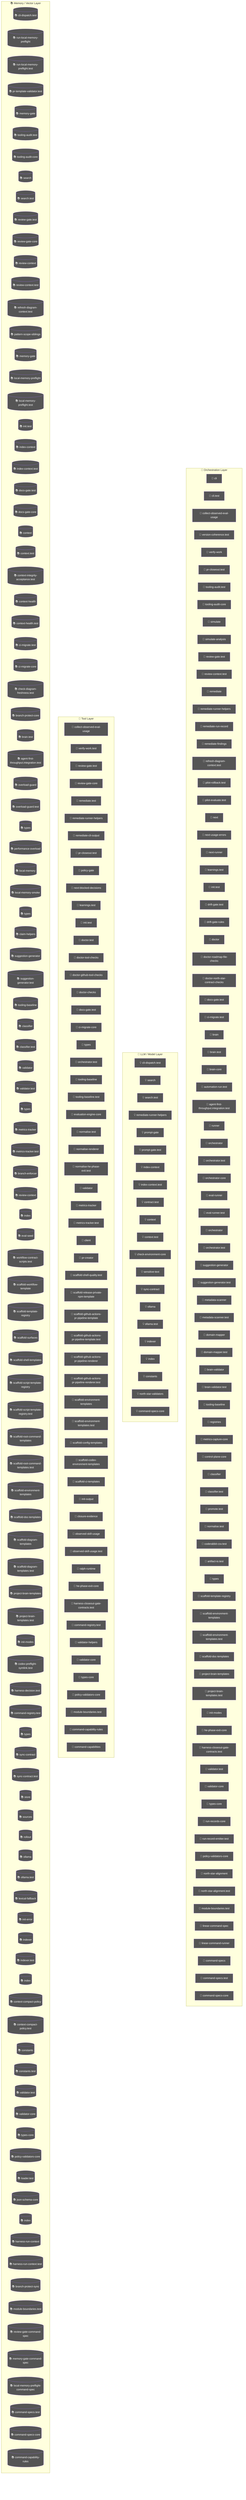
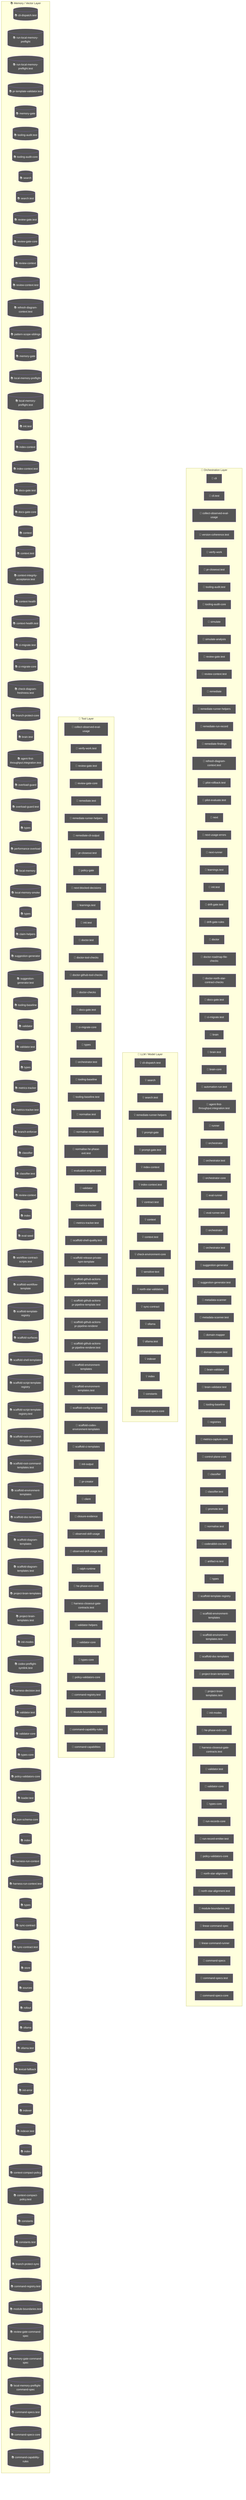
flowchart TD
  subgraph Orchestration["🎯 Orchestration Layer"]
    cli_99bb8840["🤖 cli"]
    cli_test_4851f28b["🤖 cli.test"]
    node_agent_mmd_orchestration_layer_orchestration_coll_37781291["🤖 collect-observed-eval-usage"]
    version_coherence_test_b81c6d8e["🤖 version-coherence.test"]
    verify_work_df70ecac["🤖 verify-work"]
    pr_closeout_test_12a1ffdd["🤖 pr-closeout.test"]
    node_agent_mmd_orchestration_layer_orchestration_tool_5f9f8adf["🤖 tooling-audit.test"]
    node_agent_mmd_orchestration_layer_orchestration_tool_acfe0c01["🤖 tooling-audit-core"]
    simulate_b9efe395["🤖 simulate"]
    simulate_analysis_164a460c["🤖 simulate-analysis"]
    node_agent_mmd_orchestration_layer_orchestration_revi_ae9f100c["🤖 review-gate.test"]
    node_agent_mmd_orchestration_layer_orchestration_revi_84f25e5b["🤖 review-context.test"]
    remediate_06b9c7fc["🤖 remediate"]
    node_agent_mmd_orchestration_layer_orchestration_reme_359fe98f["🤖 remediate-runner-helpers"]
    remediate_run_record_9dfe5dc1["🤖 remediate-run-record"]
    remediate_findings_8b09c8c6["🤖 remediate-findings"]
    node_agent_mmd_orchestration_layer_orchestration_refr_10a87984["🤖 refresh-diagram-context.test"]
    pilot_rollback_test_e61d5a2b["🤖 pilot-rollback.test"]
    pilot_evaluate_test_a2ac06fc["🤖 pilot-evaluate.test"]
    next_c6c1c9a9["🤖 next"]
    next_usage_errors_837a345a["🤖 next-usage-errors"]
    next_runner_41643472["🤖 next-runner"]
    node_agent_mmd_orchestration_layer_orchestration_lear_5a2a5b08["🤖 learnings.test"]
    node_agent_mmd_orchestration_layer_orchestration_init_daf6ae1b["🤖 init.test"]
    drift_gate_test_816765e3["🤖 drift-gate.test"]
    drift_gate_rules_9685e72d["🤖 drift-gate-rules"]
    doctor_72f4be89["🤖 doctor"]
    doctor_roadmap_file_checks_14447b8e["🤖 doctor-roadmap-file-checks"]
    doctor_north_star_contract_checks_0048124c["🤖 doctor-north-star-contract-checks"]
    node_agent_mmd_orchestration_layer_orchestration_docs_22c7ae60["🤖 docs-gate.test"]
    node_agent_mmd_orchestration_layer_orchestration_ci_m_a6704d8b["🤖 ci-migrate.test"]
    brain_bbbf7a64["🤖 brain"]
    node_agent_mmd_orchestration_layer_orchestration_brai_9c019b6e["🤖 brain.test"]
    brain_core_aa07c380["🤖 brain-core"]
    automation_run_test_7b21d905["🤖 automation-run.test"]
    node_agent_mmd_orchestration_layer_orchestration_agen_eb715f44["🤖 agent-first-throughput.integration.test"]
    runner_527aa9f4["🤖 runner"]
    orchestrator_11376b7e["🤖 orchestrator"]
    orchestrator_test_18d2fe26["🤖 orchestrator.test"]
    orchestrator_core_d0678b53["🤖 orchestrator-core"]
    eval_runner_0966a6b3["🤖 eval-runner"]
    eval_runner_test_962c8c18["🤖 eval-runner.test"]
    orchestrator_1_6b7137c5["🤖 orchestrator"]
    node_agent_mmd_orchestration_layer_orchestration_orch_af4e7416["🤖 orchestrator.test"]
    node_agent_mmd_orchestration_layer_orchestration_sugg_85c5ebe3["🤖 suggestion-generator"]
    node_agent_mmd_orchestration_layer_orchestration_sugg_d0ad9d8e["🤖 suggestion-generator.test"]
    metadata_scanner_6a101b66["🤖 metadata-scanner"]
    metadata_scanner_test_faee743d["🤖 metadata-scanner.test"]
    domain_mapper_cd9333d2["🤖 domain-mapper"]
    domain_mapper_test_dc5a9896["🤖 domain-mapper.test"]
    brain_validator_be251832["🤖 brain-validator"]
    brain_validator_test_5e40cb72["🤖 brain-validator.test"]
    node_agent_mmd_orchestration_layer_orchestration_tool_cc43149f["🤖 tooling-baseline"]
    registries_06402afa["🤖 registries"]
    metrics_capture_core_db4bf7cf["🤖 metrics-capture-core"]
    control_plane_core_db3b4cb2["🤖 control-plane-core"]
    node_agent_mmd_orchestration_layer_orchestration_clas_899b821a["🤖 classifier"]
    node_agent_mmd_orchestration_layer_orchestration_clas_402e0b3f["🤖 classifier.test"]
    promote_test_5c615269["🤖 promote.test"]
    normalise_test_1_6643dd83["🤖 normalise.test"]
    coderabbit_csv_test_1f36d0a4["🤖 coderabbit-csv.test"]
    artifact_io_test_aac02da3["🤖 artifact-io.test"]
-     types_16_0fae1112["🤖 types"]
+     types_15_86775c96["🤖 types"]
    node_agent_mmd_orchestration_layer_orchestration_scaf_ff8f92f6["🤖 scaffold-template-registry"]
    node_agent_mmd_orchestration_layer_orchestration_scaf_c9a90c2f["🤖 scaffold-environment-templates"]
    node_agent_mmd_orchestration_layer_orchestration_scaf_78d57a93["🤖 scaffold-environment-templates.test"]
    node_agent_mmd_orchestration_layer_orchestration_scaf_12cc07db["🤖 scaffold-doc-templates"]
    node_agent_mmd_orchestration_layer_orchestration_proj_6ab6f60f["🤖 project-brain-templates"]
    node_agent_mmd_orchestration_layer_orchestration_proj_d78b2f4f["🤖 project-brain-templates.test"]
    node_agent_mmd_orchestration_layer_orchestration_init_2a9c3ecb["🤖 init-modes"]
    node_agent_mmd_orchestration_layer_orchestration_he_p_fc778c24["🤖 he-phase-exit-core"]
    node_agent_mmd_orchestration_layer_orchestration_harn_7761fad1["🤖 harness-closeout-gate-contracts.test"]
    node_agent_mmd_orchestration_layer_orchestration_vali_a3b17e45["🤖 validator.test"]
    node_agent_mmd_orchestration_layer_orchestration_vali_d9fe99e6["🤖 validator-core"]
    node_agent_mmd_orchestration_layer_orchestration_type_7cf81261["🤖 types-core"]
    run_records_core_89286dfa["🤖 run-records-core"]
    run_record_emitter_test_5475c0da["🤖 run-record-emitter.test"]
    node_agent_mmd_orchestration_layer_orchestration_poli_3270b55d["🤖 policy-validators-core"]
    north_star_alignment_00440188["🤖 north-star-alignment"]
    north_star_alignment_test_3ae1d69b["🤖 north-star-alignment.test"]
    node_agent_mmd_orchestration_layer_orchestration_modu_72373e29["🤖 module-boundaries.test"]
    linear_command_spec_1e12dd44["🤖 linear-command-spec"]
    linear_command_runner_4a740dfc["🤖 linear-command-runner"]
    command_specs_69167c63["🤖 command-specs"]
    node_agent_mmd_orchestration_layer_orchestration_comm_a137ef0a["🤖 command-specs.test"]
    node_agent_mmd_orchestration_layer_orchestration_comm_1f8cc24c["🤖 command-specs-core"]
  end
  subgraph LLMLayer["🧠 LLM / Model Layer"]
    node_agent_mmd_llm_model_layer_llmlayer_cli_dispatch__7ecbc6e7["💡 cli-dispatch.test"]
    node_agent_mmd_llm_model_layer_llmlayer_search_search_66b9a911["💡 search"]
    node_agent_mmd_llm_model_layer_llmlayer_search_test_s_72d50705["💡 search.test"]
    node_agent_mmd_llm_model_layer_llmlayer_remediate_run_9e3d4585["💡 remediate-runner-helpers"]
    prompt_gate_c5e9d207["💡 prompt-gate"]
    prompt_gate_test_1a442b27["💡 prompt-gate.test"]
    node_agent_mmd_llm_model_layer_llmlayer_index_context_1041bd11["💡 index-context"]
    node_agent_mmd_llm_model_layer_llmlayer_index_context_7e927b45["💡 index-context.test"]
    contract_test_2262847f["💡 contract.test"]
    node_agent_mmd_llm_model_layer_llmlayer_context_conte_ad2dfbd9["💡 context"]
    node_agent_mmd_llm_model_layer_llmlayer_context_test__32277db3["💡 context.test"]
    check_environment_core_2c16213f["💡 check-environment-core"]
    sensitive_text_7c11f760["💡 sensitive-text"]
+     north_star_validators_cfc926ce["💡 north-star-validators"]
    node_agent_mmd_llm_model_layer_llmlayer_sync_contract_9f3cc8c1["💡 sync-contract"]
    node_agent_mmd_llm_model_layer_llmlayer_ollama_ollama_968b23fa["💡 ollama"]
    node_agent_mmd_llm_model_layer_llmlayer_ollama_test_o_d62a0b5a["💡 ollama.test"]
    node_agent_mmd_llm_model_layer_llmlayer_indexer_index_4f4deef5["💡 indexer"]
    node_agent_mmd_llm_model_layer_llmlayer_index_index_1_02e160ff["💡 index"]
    node_agent_mmd_llm_model_layer_llmlayer_constants_con_c9bd3f6c["💡 constants"]
-     north_star_validators_cfc926ce["💡 north-star-validators"]
    node_agent_mmd_llm_model_layer_llmlayer_command_specs_782af9fa["💡 command-specs-core"]
  end
  subgraph ToolLayer["🔧 Tool Layer"]
    node_agent_mmd_tool_layer_toollayer_collect_observed__f30f627d["🔧 collect-observed-eval-usage"]
    verify_work_test_0e12f6c5["🔧 verify-work.test"]
    node_agent_mmd_tool_layer_toollayer_review_gate_test__548e6c28["🔧 review-gate.test"]
    node_agent_mmd_tool_layer_toollayer_review_gate_core__7704598b["🔧 review-gate-core"]
    remediate_test_6f59cafe["🔧 remediate.test"]
    node_agent_mmd_tool_layer_toollayer_remediate_runner__c003b871["🔧 remediate-runner-helpers"]
    remediate_cli_output_cc165396["🔧 remediate-cli-output"]
    pr_closeout_test_1_be1a0df1["🔧 pr-closeout.test"]
    policy_gate_213f7313["🔧 policy-gate"]
    next_blocked_decisions_4140ad2b["🔧 next-blocked-decisions"]
    node_agent_mmd_tool_layer_toollayer_learnings_test_le_d61f175f["🔧 learnings.test"]
    node_agent_mmd_tool_layer_toollayer_init_test_init_te_ae014ee3["🔧 init.test"]
    doctor_test_e032e8b5["🔧 doctor.test"]
    doctor_tool_checks_4acac51a["🔧 doctor-tool-checks"]
    doctor_github_tool_checks_a53b0382["🔧 doctor-github-tool-checks"]
    doctor_checks_5a2eb2b9["🔧 doctor-checks"]
    node_agent_mmd_tool_layer_toollayer_docs_gate_test_do_ca0c4c21["🔧 docs-gate.test"]
    node_agent_mmd_tool_layer_toollayer_ci_migrate_core_c_049f8460["🔧 ci-migrate-core"]
    types_2_d9bc6e7a["🔧 types"]
    node_agent_mmd_tool_layer_toollayer_orchestrator_test_b563c528["🔧 orchestrator.test"]
    node_agent_mmd_tool_layer_toollayer_tooling_baseline__61e66e9f["🔧 tooling-baseline"]
    tooling_baseline_test_d272ddb6["🔧 tooling-baseline.test"]
-     evaluation_engine_core_e054fe49["🔧 evaluation-engine-core"]
    normalise_test_73e8a615["🔧 normalise.test"]
    normalise_renderer_85f2e563["🔧 normalise-renderer"]
    normalise_he_phase_exit_test_1788efc4["🔧 normalise-he-phase-exit.test"]
+     evaluation_engine_core_e054fe49["🔧 evaluation-engine-core"]
    node_agent_mmd_tool_layer_toollayer_validator_validat_96a84a52["🔧 validator"]
    node_agent_mmd_tool_layer_toollayer_metrics_tracker_m_4c9237d8["🔧 metrics-tracker"]
    node_agent_mmd_tool_layer_toollayer_metrics_tracker_t_8947b778["🔧 metrics-tracker.test"]
-     client_1_914e1681["🔧 client"]
-     pr_creator_dc6b1ea4["🔧 pr-creator"]
    scaffold_shell_quality_test_79567d03["🔧 scaffold-shell-quality.test"]
    scaffold_release_private_npm_template_075499f8["🔧 scaffold-release-private-npm-template"]
    scaffold_github_actions_pr_pipeline_template_e2b85f62["🔧 scaffold-github-actions-pr-pipeline-template"]
    scaffold_github_actions_pr_pipeline_template_test_be464a7b["🔧 scaffold-github-actions-pr-pipeline-template.test"]
    scaffold_github_actions_pr_pipeline_renderer_1ee18de5["🔧 scaffold-github-actions-pr-pipeline-renderer"]
    scaffold_github_actions_pr_pipeline_renderer_test_2cc38272["🔧 scaffold-github-actions-pr-pipeline-renderer.test"]
    node_agent_mmd_tool_layer_toollayer_scaffold_environm_c1afc013["🔧 scaffold-environment-templates"]
    node_agent_mmd_tool_layer_toollayer_scaffold_environm_1a8f8168["🔧 scaffold-environment-templates.test"]
    scaffold_config_templates_4b80ce53["🔧 scaffold-config-templates"]
    scaffold_codex_environment_templates_334fbbed["🔧 scaffold-codex-environment-templates"]
    scaffold_ci_templates_2afd6392["🔧 scaffold-ci-templates"]
    init_output_360dce91["🔧 init-output"]
+     pr_creator_dc6b1ea4["🔧 pr-creator"]
+     client_1_914e1681["🔧 client"]
    closure_evidence_aaa31467["🔧 closure-evidence"]
    observed_skill_usage_ed7d5930["🔧 observed-skill-usage"]
    observed_skill_usage_test_311c215a["🔧 observed-skill-usage.test"]
    ralph_runtime_73d63c0e["🔧 ralph-runtime"]
    node_agent_mmd_tool_layer_toollayer_he_phase_exit_cor_af016160["🔧 he-phase-exit-core"]
    node_agent_mmd_tool_layer_toollayer_harness_closeout__df9d1dab["🔧 harness-closeout-gate-contracts.test"]
-     node_agent_mmd_tool_layer_toollayer_command_registry__cce57abe["🔧 command-registry.test"]
    validator_helpers_7b927667["🔧 validator-helpers"]
    node_agent_mmd_tool_layer_toollayer_validator_core_va_6ef6131f["🔧 validator-core"]
    node_agent_mmd_tool_layer_toollayer_types_core_types__6c8319b6["🔧 types-core"]
    node_agent_mmd_tool_layer_toollayer_policy_validators_af136abf["🔧 policy-validators-core"]
+     node_agent_mmd_tool_layer_toollayer_command_registry__cce57abe["🔧 command-registry.test"]
    node_agent_mmd_tool_layer_toollayer_module_boundaries_fecf90b5["🔧 module-boundaries.test"]
    node_agent_mmd_tool_layer_toollayer_command_capabilit_e97a4615["🔧 command-capability-rules"]
    command_capabilities_a4d5c71e["🔧 command-capabilities"]
  end
  subgraph MemoryLayer["📚 Memory / Vector Layer"]
    node_agent_mmd_memory_vector_layer_memorylayer_cli_di_c121353b[("📚 cli-dispatch.test")]
    run_local_memory_preflight_36e92808[("📚 run-local-memory-preflight")]
    run_local_memory_preflight_test_1d7c5aa0[("📚 run-local-memory-preflight.test")]
    pr_template_validator_test_569b1cef[("📚 pr-template-validator.test")]
    memory_gate_a577a506[("📚 memory-gate")]
    node_agent_mmd_memory_vector_layer_memorylayer_toolin_48be0fc9[("📚 tooling-audit.test")]
    node_agent_mmd_memory_vector_layer_memorylayer_toolin_a1185b8f[("📚 tooling-audit-core")]
    node_agent_mmd_memory_vector_layer_memorylayer_search_ac35cb7e[("📚 search")]
    node_agent_mmd_memory_vector_layer_memorylayer_search_ebbe6c53[("📚 search.test")]
    node_agent_mmd_memory_vector_layer_memorylayer_review_e0e0b257[("📚 review-gate.test")]
    node_agent_mmd_memory_vector_layer_memorylayer_review_5bee9816[("📚 review-gate-core")]
    review_context_ca6cf81d[("📚 review-context")]
    node_agent_mmd_memory_vector_layer_memorylayer_review_3255d3cf[("📚 review-context.test")]
    node_agent_mmd_memory_vector_layer_memorylayer_refres_b1a0f415[("📚 refresh-diagram-context.test")]
    pattern_scope_siblings_43abe000[("📚 pattern-scope-siblings")]
    memory_gate_1_265164ac[("📚 memory-gate")]
    local_memory_preflight_dcc36c42[("📚 local-memory-preflight")]
    local_memory_preflight_test_5e323bbf[("📚 local-memory-preflight.test")]
    node_agent_mmd_memory_vector_layer_memorylayer_init_t_bac0fb9d[("📚 init.test")]
    node_agent_mmd_memory_vector_layer_memorylayer_index__6f3402d0[("📚 index-context")]
    node_agent_mmd_memory_vector_layer_memorylayer_index__46fc46d7[("📚 index-context.test")]
    node_agent_mmd_memory_vector_layer_memorylayer_docs_g_2ab7a620[("📚 docs-gate.test")]
    docs_gate_core_eb9b6c18[("📚 docs-gate-core")]
    node_agent_mmd_memory_vector_layer_memorylayer_contex_78ceaaa9[("📚 context")]
    node_agent_mmd_memory_vector_layer_memorylayer_contex_4e7cab00[("📚 context.test")]
    context_integrity_acceptance_test_59f961b1[("📚 context-integrity-acceptance.test")]
    context_health_80bb7da9[("📚 context-health")]
    context_health_test_3b5b87f3[("📚 context-health.test")]
    node_agent_mmd_memory_vector_layer_memorylayer_ci_mig_df76706f[("📚 ci-migrate.test")]
    node_agent_mmd_memory_vector_layer_memorylayer_ci_mig_0cd5b1a4[("📚 ci-migrate-core")]
    check_diagram_freshness_test_c1dc40aa[("📚 check-diagram-freshness.test")]
    branch_protect_core_a8feb0fd[("📚 branch-protect-core")]
    node_agent_mmd_memory_vector_layer_memorylayer_brain__80b5ea48[("📚 brain.test")]
    node_agent_mmd_memory_vector_layer_memorylayer_agent__6f084ab8[("📚 agent-first-throughput.integration.test")]
    overload_guard_2748c559[("📚 overload-guard")]
    overload_guard_test_6ece9f86[("📚 overload-guard.test")]
-     types_5_f869ec4b[("📚 types")]
+     types_4_822d0f88[("📚 types")]
    performance_overload_c685bfcf[("📚 performance-overload")]
    local_memory_0db17ecc[("📚 local-memory")]
    local_memory_smoke_1175abfc[("📚 local-memory-smoke")]
    types_9_1db4641f[("📚 types")]
    claim_helpers_20dc8387[("📚 claim-helpers")]
    node_agent_mmd_memory_vector_layer_memorylayer_sugges_267f408d[("📚 suggestion-generator")]
    node_agent_mmd_memory_vector_layer_memorylayer_sugges_b043d150[("📚 suggestion-generator.test")]
    node_agent_mmd_memory_vector_layer_memorylayer_toolin_14f86b00[("📚 tooling-baseline")]
-     node_agent_mmd_memory_vector_layer_memorylayer_classi_1ebbf5ff[("📚 classifier")]
-     node_agent_mmd_memory_vector_layer_memorylayer_classi_58e617e7[("📚 classifier.test")]
    node_agent_mmd_memory_vector_layer_memorylayer_valida_1b167f63[("📚 validator")]
    validator_test_1_c5015ca0[("📚 validator.test")]
    types_13_d025517b[("📚 types")]
    node_agent_mmd_memory_vector_layer_memorylayer_metric_12562178[("📚 metrics-tracker")]
    node_agent_mmd_memory_vector_layer_memorylayer_metric_74129788[("📚 metrics-tracker.test")]
    branch_enforcer_acb749cd[("📚 branch-enforcer")]
+     node_agent_mmd_memory_vector_layer_memorylayer_classi_1ebbf5ff[("📚 classifier")]
+     node_agent_mmd_memory_vector_layer_memorylayer_classi_58e617e7[("📚 classifier.test")]
    review_context_1_e3afed15[("📚 review-context")]
    index_2_10143590[("📚 index")]
    eval_seed_5699fd3e[("📚 eval-seed")]
    workflow_contract_scripts_test_681e2e3c[("📚 workflow-contract-scripts.test")]
    scaffold_workflow_template_92310587[("📚 scaffold-workflow-template")]
    node_agent_mmd_memory_vector_layer_memorylayer_scaffo_a86eece1[("📚 scaffold-template-registry")]
    scaffold_surfaces_12d6494e[("📚 scaffold-surfaces")]
    scaffold_shell_templates_0ad0f915[("📚 scaffold-shell-templates")]
    scaffold_script_template_registry_69312d4e[("📚 scaffold-script-template-registry")]
    scaffold_script_template_registry_test_6a8ebefe[("📚 scaffold-script-template-registry.test")]
    scaffold_root_command_templates_404fed7f[("📚 scaffold-root-command-templates")]
    scaffold_root_command_templates_test_14596939[("📚 scaffold-root-command-templates.test")]
    node_agent_mmd_memory_vector_layer_memorylayer_scaffo_12b42341[("📚 scaffold-environment-templates")]
    node_agent_mmd_memory_vector_layer_memorylayer_scaffo_5fd73b94[("📚 scaffold-doc-templates")]
    scaffold_diagram_templates_dd88e83c[("📚 scaffold-diagram-templates")]
    scaffold_diagram_templates_test_f3774c28[("📚 scaffold-diagram-templates.test")]
    node_agent_mmd_memory_vector_layer_memorylayer_projec_3ae304d9[("📚 project-brain-templates")]
    node_agent_mmd_memory_vector_layer_memorylayer_projec_6048335b[("📚 project-brain-templates.test")]
    node_agent_mmd_memory_vector_layer_memorylayer_init_m_333d02c5[("📚 init-modes")]
    codex_preflight_symlink_test_037558db[("📚 codex-preflight-symlink.test")]
    harness_decision_test_7e5a4fe5[("📚 harness-decision.test")]
-     node_agent_mmd_memory_vector_layer_memorylayer_comman_362247bb[("📚 command-registry.test")]
-     types_19_eb4ad5f0[("📚 types")]
+     node_agent_mmd_memory_vector_layer_memorylayer_valida_caacfcdf[("📚 validator.test")]
+     node_agent_mmd_memory_vector_layer_memorylayer_valida_41034356[("📚 validator-core")]
+     node_agent_mmd_memory_vector_layer_memorylayer_types__83f369fa[("📚 types-core")]
+     node_agent_mmd_memory_vector_layer_memorylayer_policy_1944de42[("📚 policy-validators-core")]
+     loader_test_03424671[("📚 loader.test")]
+     json_schema_core_96d7e328[("📚 json-schema-core")]
+     index_5_522f772a[("📚 index")]
+     harness_run_context_ac7c77a9[("📚 harness-run-context")]
+     harness_run_context_test_c6937fed[("📚 harness-run-context.test")]
+     types_20_071a0112[("📚 types")]
    node_agent_mmd_memory_vector_layer_memorylayer_sync_c_e43418bc[("📚 sync-contract")]
    sync_contract_test_5dc3165c[("📚 sync-contract.test")]
    store_824d80d7[("📚 store")]
    sources_1_e133d97d[("📚 sources")]
    rollout_a4fa034c[("📚 rollout")]
    node_agent_mmd_memory_vector_layer_memorylayer_ollama_6d51be16[("📚 ollama")]
    node_agent_mmd_memory_vector_layer_memorylayer_ollama_d800c0c4[("📚 ollama.test")]
    lexical_fallback_723e2b3e[("📚 lexical-fallback")]
    init_error_5c7dd49f[("📚 init-error")]
    node_agent_mmd_memory_vector_layer_memorylayer_indexe_93e6d86f[("📚 indexer")]
    indexer_test_d492f0aa[("📚 indexer.test")]
    node_agent_mmd_memory_vector_layer_memorylayer_index__752bc61e[("📚 index")]
    context_compact_policy_3dcaf95d[("📚 context-compact-policy")]
    context_compact_policy_test_da148267[("📚 context-compact-policy.test")]
    node_agent_mmd_memory_vector_layer_memorylayer_consta_702d3f46[("📚 constants")]
    constants_test_5492ae98[("📚 constants.test")]
-     node_agent_mmd_memory_vector_layer_memorylayer_valida_caacfcdf[("📚 validator.test")]
-     node_agent_mmd_memory_vector_layer_memorylayer_valida_41034356[("📚 validator-core")]
-     node_agent_mmd_memory_vector_layer_memorylayer_types__83f369fa[("📚 types-core")]
-     node_agent_mmd_memory_vector_layer_memorylayer_policy_1944de42[("📚 policy-validators-core")]
-     loader_test_03424671[("📚 loader.test")]
-     json_schema_core_96d7e328[("📚 json-schema-core")]
-     index_6_fc9e91e2[("📚 index")]
-     harness_run_context_ac7c77a9[("📚 harness-run-context")]
-     harness_run_context_test_c6937fed[("📚 harness-run-context.test")]
    branch_protect_sync_570adb18[("📚 branch-protect-sync")]
+     node_agent_mmd_memory_vector_layer_memorylayer_comman_362247bb[("📚 command-registry.test")]
    node_agent_mmd_memory_vector_layer_memorylayer_module_9bfd18b1[("📚 module-boundaries.test")]
    review_gate_command_spec_3187376a[("📚 review-gate-command-spec")]
    memory_gate_command_spec_dc9001a9[("📚 memory-gate-command-spec")]
    local_memory_preflight_command_spec_9e23f3ce[("📚 local-memory-preflight-command-spec")]
    node_agent_mmd_memory_vector_layer_memorylayer_comman_d36d1650[("📚 command-specs.test")]
    node_agent_mmd_memory_vector_layer_memorylayer_comman_111eb454[("📚 command-specs-core")]
    node_agent_mmd_memory_vector_layer_memorylayer_comman_c72a5d05[("📚 command-capability-rules")]
  end
  classDef agentNode fill:#555,color:#fff
-   class cli_99bb8840,cli_test_4851f28b,node_agent_mmd_orchestration_layer_orchestration_coll_37781291,node_agent_mmd_tool_layer_toollayer_collect_observed__f30f627d,version_coherence_test_b81c6d8e,verify_work_df70ecac,pr_closeout_test_12a1ffdd,node_agent_mmd_orchestration_layer_orchestration_tool_5f9f8adf,node_agent_mmd_memory_vector_layer_memorylayer_toolin_48be0fc9,node_agent_mmd_orchestration_layer_orchestration_tool_acfe0c01,node_agent_mmd_memory_vector_layer_memorylayer_toolin_a1185b8f,simulate_b9efe395,simulate_analysis_164a460c,node_agent_mmd_orchestration_layer_orchestration_revi_ae9f100c,node_agent_mmd_tool_layer_toollayer_review_gate_test__548e6c28,node_agent_mmd_memory_vector_layer_memorylayer_review_e0e0b257,node_agent_mmd_orchestration_layer_orchestration_revi_84f25e5b,node_agent_mmd_memory_vector_layer_memorylayer_review_3255d3cf,remediate_06b9c7fc,node_agent_mmd_orchestration_layer_orchestration_reme_359fe98f,node_agent_mmd_llm_model_layer_llmlayer_remediate_run_9e3d4585,node_agent_mmd_tool_layer_toollayer_remediate_runner__c003b871,remediate_run_record_9dfe5dc1,remediate_findings_8b09c8c6,node_agent_mmd_orchestration_layer_orchestration_refr_10a87984,node_agent_mmd_memory_vector_layer_memorylayer_refres_b1a0f415,pilot_rollback_test_e61d5a2b,pilot_evaluate_test_a2ac06fc,next_c6c1c9a9,next_usage_errors_837a345a,next_runner_41643472,node_agent_mmd_orchestration_layer_orchestration_lear_5a2a5b08,node_agent_mmd_tool_layer_toollayer_learnings_test_le_d61f175f,node_agent_mmd_orchestration_layer_orchestration_init_daf6ae1b,node_agent_mmd_tool_layer_toollayer_init_test_init_te_ae014ee3,node_agent_mmd_memory_vector_layer_memorylayer_init_t_bac0fb9d,drift_gate_test_816765e3,drift_gate_rules_9685e72d,doctor_72f4be89,doctor_roadmap_file_checks_14447b8e,doctor_north_star_contract_checks_0048124c,node_agent_mmd_orchestration_layer_orchestration_docs_22c7ae60,node_agent_mmd_tool_layer_toollayer_docs_gate_test_do_ca0c4c21,node_agent_mmd_memory_vector_layer_memorylayer_docs_g_2ab7a620,node_agent_mmd_orchestration_layer_orchestration_ci_m_a6704d8b,node_agent_mmd_memory_vector_layer_memorylayer_ci_mig_df76706f,brain_bbbf7a64,node_agent_mmd_orchestration_layer_orchestration_brai_9c019b6e,node_agent_mmd_memory_vector_layer_memorylayer_brain__80b5ea48,brain_core_aa07c380,automation_run_test_7b21d905,node_agent_mmd_orchestration_layer_orchestration_agen_eb715f44,node_agent_mmd_memory_vector_layer_memorylayer_agent__6f084ab8,runner_527aa9f4,orchestrator_11376b7e,orchestrator_test_18d2fe26,orchestrator_core_d0678b53,eval_runner_0966a6b3,eval_runner_test_962c8c18,orchestrator_1_6b7137c5,node_agent_mmd_orchestration_layer_orchestration_orch_af4e7416,node_agent_mmd_tool_layer_toollayer_orchestrator_test_b563c528,node_agent_mmd_orchestration_layer_orchestration_sugg_85c5ebe3,node_agent_mmd_memory_vector_layer_memorylayer_sugges_267f408d,node_agent_mmd_orchestration_layer_orchestration_sugg_d0ad9d8e,node_agent_mmd_memory_vector_layer_memorylayer_sugges_b043d150,metadata_scanner_6a101b66,metadata_scanner_test_faee743d,domain_mapper_cd9333d2,domain_mapper_test_dc5a9896,brain_validator_be251832,brain_validator_test_5e40cb72,node_agent_mmd_orchestration_layer_orchestration_tool_cc43149f,node_agent_mmd_tool_layer_toollayer_tooling_baseline__61e66e9f,node_agent_mmd_memory_vector_layer_memorylayer_toolin_14f86b00,registries_06402afa,metrics_capture_core_db4bf7cf,control_plane_core_db3b4cb2,node_agent_mmd_orchestration_layer_orchestration_clas_899b821a,node_agent_mmd_memory_vector_layer_memorylayer_classi_1ebbf5ff,node_agent_mmd_orchestration_layer_orchestration_clas_402e0b3f,node_agent_mmd_memory_vector_layer_memorylayer_classi_58e617e7,promote_test_5c615269,normalise_test_1_6643dd83,coderabbit_csv_test_1f36d0a4,artifact_io_test_aac02da3,types_16_0fae1112,node_agent_mmd_orchestration_layer_orchestration_scaf_ff8f92f6,node_agent_mmd_memory_vector_layer_memorylayer_scaffo_a86eece1,node_agent_mmd_orchestration_layer_orchestration_scaf_c9a90c2f,node_agent_mmd_tool_layer_toollayer_scaffold_environm_c1afc013,node_agent_mmd_memory_vector_layer_memorylayer_scaffo_12b42341,node_agent_mmd_orchestration_layer_orchestration_scaf_78d57a93,node_agent_mmd_tool_layer_toollayer_scaffold_environm_1a8f8168,node_agent_mmd_orchestration_layer_orchestration_scaf_12cc07db,node_agent_mmd_memory_vector_layer_memorylayer_scaffo_5fd73b94,node_agent_mmd_orchestration_layer_orchestration_proj_6ab6f60f,node_agent_mmd_memory_vector_layer_memorylayer_projec_3ae304d9,node_agent_mmd_orchestration_layer_orchestration_proj_d78b2f4f,node_agent_mmd_memory_vector_layer_memorylayer_projec_6048335b,node_agent_mmd_orchestration_layer_orchestration_init_2a9c3ecb,node_agent_mmd_memory_vector_layer_memorylayer_init_m_333d02c5,node_agent_mmd_orchestration_layer_orchestration_he_p_fc778c24,node_agent_mmd_tool_layer_toollayer_he_phase_exit_cor_af016160,node_agent_mmd_orchestration_layer_orchestration_harn_7761fad1,node_agent_mmd_tool_layer_toollayer_harness_closeout__df9d1dab,node_agent_mmd_orchestration_layer_orchestration_vali_a3b17e45,node_agent_mmd_memory_vector_layer_memorylayer_valida_caacfcdf,node_agent_mmd_orchestration_layer_orchestration_vali_d9fe99e6,node_agent_mmd_tool_layer_toollayer_validator_core_va_6ef6131f,node_agent_mmd_memory_vector_layer_memorylayer_valida_41034356,node_agent_mmd_orchestration_layer_orchestration_type_7cf81261,node_agent_mmd_tool_layer_toollayer_types_core_types__6c8319b6,node_agent_mmd_memory_vector_layer_memorylayer_types__83f369fa,run_records_core_89286dfa,run_record_emitter_test_5475c0da,node_agent_mmd_orchestration_layer_orchestration_poli_3270b55d,node_agent_mmd_tool_layer_toollayer_policy_validators_af136abf,node_agent_mmd_memory_vector_layer_memorylayer_policy_1944de42,north_star_alignment_00440188,north_star_alignment_test_3ae1d69b,node_agent_mmd_orchestration_layer_orchestration_modu_72373e29,node_agent_mmd_tool_layer_toollayer_module_boundaries_fecf90b5,node_agent_mmd_memory_vector_layer_memorylayer_module_9bfd18b1,linear_command_spec_1e12dd44,linear_command_runner_4a740dfc,command_specs_69167c63,node_agent_mmd_orchestration_layer_orchestration_comm_a137ef0a,node_agent_mmd_memory_vector_layer_memorylayer_comman_d36d1650,node_agent_mmd_orchestration_layer_orchestration_comm_1f8cc24c,node_agent_mmd_llm_model_layer_llmlayer_command_specs_782af9fa,node_agent_mmd_memory_vector_layer_memorylayer_comman_111eb454 agentNode
+   class cli_99bb8840,cli_test_4851f28b,node_agent_mmd_orchestration_layer_orchestration_coll_37781291,node_agent_mmd_tool_layer_toollayer_collect_observed__f30f627d,version_coherence_test_b81c6d8e,verify_work_df70ecac,pr_closeout_test_12a1ffdd,node_agent_mmd_orchestration_layer_orchestration_tool_5f9f8adf,node_agent_mmd_memory_vector_layer_memorylayer_toolin_48be0fc9,node_agent_mmd_orchestration_layer_orchestration_tool_acfe0c01,node_agent_mmd_memory_vector_layer_memorylayer_toolin_a1185b8f,simulate_b9efe395,simulate_analysis_164a460c,node_agent_mmd_orchestration_layer_orchestration_revi_ae9f100c,node_agent_mmd_tool_layer_toollayer_review_gate_test__548e6c28,node_agent_mmd_memory_vector_layer_memorylayer_review_e0e0b257,node_agent_mmd_orchestration_layer_orchestration_revi_84f25e5b,node_agent_mmd_memory_vector_layer_memorylayer_review_3255d3cf,remediate_06b9c7fc,node_agent_mmd_orchestration_layer_orchestration_reme_359fe98f,node_agent_mmd_llm_model_layer_llmlayer_remediate_run_9e3d4585,node_agent_mmd_tool_layer_toollayer_remediate_runner__c003b871,remediate_run_record_9dfe5dc1,remediate_findings_8b09c8c6,node_agent_mmd_orchestration_layer_orchestration_refr_10a87984,node_agent_mmd_memory_vector_layer_memorylayer_refres_b1a0f415,pilot_rollback_test_e61d5a2b,pilot_evaluate_test_a2ac06fc,next_c6c1c9a9,next_usage_errors_837a345a,next_runner_41643472,node_agent_mmd_orchestration_layer_orchestration_lear_5a2a5b08,node_agent_mmd_tool_layer_toollayer_learnings_test_le_d61f175f,node_agent_mmd_orchestration_layer_orchestration_init_daf6ae1b,node_agent_mmd_tool_layer_toollayer_init_test_init_te_ae014ee3,node_agent_mmd_memory_vector_layer_memorylayer_init_t_bac0fb9d,drift_gate_test_816765e3,drift_gate_rules_9685e72d,doctor_72f4be89,doctor_roadmap_file_checks_14447b8e,doctor_north_star_contract_checks_0048124c,node_agent_mmd_orchestration_layer_orchestration_docs_22c7ae60,node_agent_mmd_tool_layer_toollayer_docs_gate_test_do_ca0c4c21,node_agent_mmd_memory_vector_layer_memorylayer_docs_g_2ab7a620,node_agent_mmd_orchestration_layer_orchestration_ci_m_a6704d8b,node_agent_mmd_memory_vector_layer_memorylayer_ci_mig_df76706f,brain_bbbf7a64,node_agent_mmd_orchestration_layer_orchestration_brai_9c019b6e,node_agent_mmd_memory_vector_layer_memorylayer_brain__80b5ea48,brain_core_aa07c380,automation_run_test_7b21d905,node_agent_mmd_orchestration_layer_orchestration_agen_eb715f44,node_agent_mmd_memory_vector_layer_memorylayer_agent__6f084ab8,runner_527aa9f4,orchestrator_11376b7e,orchestrator_test_18d2fe26,orchestrator_core_d0678b53,eval_runner_0966a6b3,eval_runner_test_962c8c18,orchestrator_1_6b7137c5,node_agent_mmd_orchestration_layer_orchestration_orch_af4e7416,node_agent_mmd_tool_layer_toollayer_orchestrator_test_b563c528,node_agent_mmd_orchestration_layer_orchestration_sugg_85c5ebe3,node_agent_mmd_memory_vector_layer_memorylayer_sugges_267f408d,node_agent_mmd_orchestration_layer_orchestration_sugg_d0ad9d8e,node_agent_mmd_memory_vector_layer_memorylayer_sugges_b043d150,metadata_scanner_6a101b66,metadata_scanner_test_faee743d,domain_mapper_cd9333d2,domain_mapper_test_dc5a9896,brain_validator_be251832,brain_validator_test_5e40cb72,node_agent_mmd_orchestration_layer_orchestration_tool_cc43149f,node_agent_mmd_tool_layer_toollayer_tooling_baseline__61e66e9f,node_agent_mmd_memory_vector_layer_memorylayer_toolin_14f86b00,registries_06402afa,metrics_capture_core_db4bf7cf,control_plane_core_db3b4cb2,node_agent_mmd_orchestration_layer_orchestration_clas_899b821a,node_agent_mmd_memory_vector_layer_memorylayer_classi_1ebbf5ff,node_agent_mmd_orchestration_layer_orchestration_clas_402e0b3f,node_agent_mmd_memory_vector_layer_memorylayer_classi_58e617e7,promote_test_5c615269,normalise_test_1_6643dd83,coderabbit_csv_test_1f36d0a4,artifact_io_test_aac02da3,types_15_86775c96,node_agent_mmd_orchestration_layer_orchestration_scaf_ff8f92f6,node_agent_mmd_memory_vector_layer_memorylayer_scaffo_a86eece1,node_agent_mmd_orchestration_layer_orchestration_scaf_c9a90c2f,node_agent_mmd_tool_layer_toollayer_scaffold_environm_c1afc013,node_agent_mmd_memory_vector_layer_memorylayer_scaffo_12b42341,node_agent_mmd_orchestration_layer_orchestration_scaf_78d57a93,node_agent_mmd_tool_layer_toollayer_scaffold_environm_1a8f8168,node_agent_mmd_orchestration_layer_orchestration_scaf_12cc07db,node_agent_mmd_memory_vector_layer_memorylayer_scaffo_5fd73b94,node_agent_mmd_orchestration_layer_orchestration_proj_6ab6f60f,node_agent_mmd_memory_vector_layer_memorylayer_projec_3ae304d9,node_agent_mmd_orchestration_layer_orchestration_proj_d78b2f4f,node_agent_mmd_memory_vector_layer_memorylayer_projec_6048335b,node_agent_mmd_orchestration_layer_orchestration_init_2a9c3ecb,node_agent_mmd_memory_vector_layer_memorylayer_init_m_333d02c5,node_agent_mmd_orchestration_layer_orchestration_he_p_fc778c24,node_agent_mmd_tool_layer_toollayer_he_phase_exit_cor_af016160,node_agent_mmd_orchestration_layer_orchestration_harn_7761fad1,node_agent_mmd_tool_layer_toollayer_harness_closeout__df9d1dab,node_agent_mmd_orchestration_layer_orchestration_vali_a3b17e45,node_agent_mmd_memory_vector_layer_memorylayer_valida_caacfcdf,node_agent_mmd_orchestration_layer_orchestration_vali_d9fe99e6,node_agent_mmd_tool_layer_toollayer_validator_core_va_6ef6131f,node_agent_mmd_memory_vector_layer_memorylayer_valida_41034356,node_agent_mmd_orchestration_layer_orchestration_type_7cf81261,node_agent_mmd_tool_layer_toollayer_types_core_types__6c8319b6,node_agent_mmd_memory_vector_layer_memorylayer_types__83f369fa,run_records_core_89286dfa,run_record_emitter_test_5475c0da,node_agent_mmd_orchestration_layer_orchestration_poli_3270b55d,node_agent_mmd_tool_layer_toollayer_policy_validators_af136abf,node_agent_mmd_memory_vector_layer_memorylayer_policy_1944de42,north_star_alignment_00440188,north_star_alignment_test_3ae1d69b,node_agent_mmd_orchestration_layer_orchestration_modu_72373e29,node_agent_mmd_tool_layer_toollayer_module_boundaries_fecf90b5,node_agent_mmd_memory_vector_layer_memorylayer_module_9bfd18b1,linear_command_spec_1e12dd44,linear_command_runner_4a740dfc,command_specs_69167c63,node_agent_mmd_orchestration_layer_orchestration_comm_a137ef0a,node_agent_mmd_memory_vector_layer_memorylayer_comman_d36d1650,node_agent_mmd_orchestration_layer_orchestration_comm_1f8cc24c,node_agent_mmd_llm_model_layer_llmlayer_command_specs_782af9fa,node_agent_mmd_memory_vector_layer_memorylayer_comman_111eb454 agentNode
  classDef llmNode fill:#555,color:#fff
-   class node_agent_mmd_llm_model_layer_llmlayer_cli_dispatch__7ecbc6e7,node_agent_mmd_memory_vector_layer_memorylayer_cli_di_c121353b,node_agent_mmd_llm_model_layer_llmlayer_search_search_66b9a911,node_agent_mmd_memory_vector_layer_memorylayer_search_ac35cb7e,node_agent_mmd_llm_model_layer_llmlayer_search_test_s_72d50705,node_agent_mmd_memory_vector_layer_memorylayer_search_ebbe6c53,node_agent_mmd_orchestration_layer_orchestration_reme_359fe98f,node_agent_mmd_llm_model_layer_llmlayer_remediate_run_9e3d4585,node_agent_mmd_tool_layer_toollayer_remediate_runner__c003b871,prompt_gate_c5e9d207,prompt_gate_test_1a442b27,node_agent_mmd_llm_model_layer_llmlayer_index_context_1041bd11,node_agent_mmd_memory_vector_layer_memorylayer_index__6f3402d0,node_agent_mmd_llm_model_layer_llmlayer_index_context_7e927b45,node_agent_mmd_memory_vector_layer_memorylayer_index__46fc46d7,contract_test_2262847f,node_agent_mmd_llm_model_layer_llmlayer_context_conte_ad2dfbd9,node_agent_mmd_memory_vector_layer_memorylayer_contex_78ceaaa9,node_agent_mmd_llm_model_layer_llmlayer_context_test__32277db3,node_agent_mmd_memory_vector_layer_memorylayer_contex_4e7cab00,check_environment_core_2c16213f,sensitive_text_7c11f760,node_agent_mmd_llm_model_layer_llmlayer_sync_contract_9f3cc8c1,node_agent_mmd_memory_vector_layer_memorylayer_sync_c_e43418bc,node_agent_mmd_llm_model_layer_llmlayer_ollama_ollama_968b23fa,node_agent_mmd_memory_vector_layer_memorylayer_ollama_6d51be16,node_agent_mmd_llm_model_layer_llmlayer_ollama_test_o_d62a0b5a,node_agent_mmd_memory_vector_layer_memorylayer_ollama_d800c0c4,node_agent_mmd_llm_model_layer_llmlayer_indexer_index_4f4deef5,node_agent_mmd_memory_vector_layer_memorylayer_indexe_93e6d86f,node_agent_mmd_llm_model_layer_llmlayer_index_index_1_02e160ff,node_agent_mmd_memory_vector_layer_memorylayer_index__752bc61e,node_agent_mmd_llm_model_layer_llmlayer_constants_con_c9bd3f6c,node_agent_mmd_memory_vector_layer_memorylayer_consta_702d3f46,north_star_validators_cfc926ce,node_agent_mmd_orchestration_layer_orchestration_comm_1f8cc24c,node_agent_mmd_llm_model_layer_llmlayer_command_specs_782af9fa,node_agent_mmd_memory_vector_layer_memorylayer_comman_111eb454 llmNode
+   class node_agent_mmd_llm_model_layer_llmlayer_cli_dispatch__7ecbc6e7,node_agent_mmd_memory_vector_layer_memorylayer_cli_di_c121353b,node_agent_mmd_llm_model_layer_llmlayer_search_search_66b9a911,node_agent_mmd_memory_vector_layer_memorylayer_search_ac35cb7e,node_agent_mmd_llm_model_layer_llmlayer_search_test_s_72d50705,node_agent_mmd_memory_vector_layer_memorylayer_search_ebbe6c53,node_agent_mmd_orchestration_layer_orchestration_reme_359fe98f,node_agent_mmd_llm_model_layer_llmlayer_remediate_run_9e3d4585,node_agent_mmd_tool_layer_toollayer_remediate_runner__c003b871,prompt_gate_c5e9d207,prompt_gate_test_1a442b27,node_agent_mmd_llm_model_layer_llmlayer_index_context_1041bd11,node_agent_mmd_memory_vector_layer_memorylayer_index__6f3402d0,node_agent_mmd_llm_model_layer_llmlayer_index_context_7e927b45,node_agent_mmd_memory_vector_layer_memorylayer_index__46fc46d7,contract_test_2262847f,node_agent_mmd_llm_model_layer_llmlayer_context_conte_ad2dfbd9,node_agent_mmd_memory_vector_layer_memorylayer_contex_78ceaaa9,node_agent_mmd_llm_model_layer_llmlayer_context_test__32277db3,node_agent_mmd_memory_vector_layer_memorylayer_contex_4e7cab00,check_environment_core_2c16213f,sensitive_text_7c11f760,north_star_validators_cfc926ce,node_agent_mmd_llm_model_layer_llmlayer_sync_contract_9f3cc8c1,node_agent_mmd_memory_vector_layer_memorylayer_sync_c_e43418bc,node_agent_mmd_llm_model_layer_llmlayer_ollama_ollama_968b23fa,node_agent_mmd_memory_vector_layer_memorylayer_ollama_6d51be16,node_agent_mmd_llm_model_layer_llmlayer_ollama_test_o_d62a0b5a,node_agent_mmd_memory_vector_layer_memorylayer_ollama_d800c0c4,node_agent_mmd_llm_model_layer_llmlayer_indexer_index_4f4deef5,node_agent_mmd_memory_vector_layer_memorylayer_indexe_93e6d86f,node_agent_mmd_llm_model_layer_llmlayer_index_index_1_02e160ff,node_agent_mmd_memory_vector_layer_memorylayer_index__752bc61e,node_agent_mmd_llm_model_layer_llmlayer_constants_con_c9bd3f6c,node_agent_mmd_memory_vector_layer_memorylayer_consta_702d3f46,node_agent_mmd_orchestration_layer_orchestration_comm_1f8cc24c,node_agent_mmd_llm_model_layer_llmlayer_command_specs_782af9fa,node_agent_mmd_memory_vector_layer_memorylayer_comman_111eb454 llmNode
  classDef toolNode fill:#555,color:#fff
-   class node_agent_mmd_orchestration_layer_orchestration_coll_37781291,node_agent_mmd_tool_layer_toollayer_collect_observed__f30f627d,verify_work_test_0e12f6c5,node_agent_mmd_orchestration_layer_orchestration_revi_ae9f100c,node_agent_mmd_tool_layer_toollayer_review_gate_test__548e6c28,node_agent_mmd_memory_vector_layer_memorylayer_review_e0e0b257,node_agent_mmd_tool_layer_toollayer_review_gate_core__7704598b,node_agent_mmd_memory_vector_layer_memorylayer_review_5bee9816,remediate_test_6f59cafe,node_agent_mmd_orchestration_layer_orchestration_reme_359fe98f,node_agent_mmd_llm_model_layer_llmlayer_remediate_run_9e3d4585,node_agent_mmd_tool_layer_toollayer_remediate_runner__c003b871,remediate_cli_output_cc165396,pr_closeout_test_1_be1a0df1,policy_gate_213f7313,next_blocked_decisions_4140ad2b,node_agent_mmd_orchestration_layer_orchestration_lear_5a2a5b08,node_agent_mmd_tool_layer_toollayer_learnings_test_le_d61f175f,node_agent_mmd_orchestration_layer_orchestration_init_daf6ae1b,node_agent_mmd_tool_layer_toollayer_init_test_init_te_ae014ee3,node_agent_mmd_memory_vector_layer_memorylayer_init_t_bac0fb9d,doctor_test_e032e8b5,doctor_tool_checks_4acac51a,doctor_github_tool_checks_a53b0382,doctor_checks_5a2eb2b9,node_agent_mmd_orchestration_layer_orchestration_docs_22c7ae60,node_agent_mmd_tool_layer_toollayer_docs_gate_test_do_ca0c4c21,node_agent_mmd_memory_vector_layer_memorylayer_docs_g_2ab7a620,node_agent_mmd_tool_layer_toollayer_ci_migrate_core_c_049f8460,node_agent_mmd_memory_vector_layer_memorylayer_ci_mig_0cd5b1a4,types_2_d9bc6e7a,node_agent_mmd_orchestration_layer_orchestration_orch_af4e7416,node_agent_mmd_tool_layer_toollayer_orchestrator_test_b563c528,node_agent_mmd_orchestration_layer_orchestration_tool_cc43149f,node_agent_mmd_tool_layer_toollayer_tooling_baseline__61e66e9f,node_agent_mmd_memory_vector_layer_memorylayer_toolin_14f86b00,tooling_baseline_test_d272ddb6,evaluation_engine_core_e054fe49,normalise_test_73e8a615,normalise_renderer_85f2e563,normalise_he_phase_exit_test_1788efc4,node_agent_mmd_tool_layer_toollayer_validator_validat_96a84a52,node_agent_mmd_memory_vector_layer_memorylayer_valida_1b167f63,node_agent_mmd_tool_layer_toollayer_metrics_tracker_m_4c9237d8,node_agent_mmd_memory_vector_layer_memorylayer_metric_12562178,node_agent_mmd_tool_layer_toollayer_metrics_tracker_t_8947b778,node_agent_mmd_memory_vector_layer_memorylayer_metric_74129788,client_1_914e1681,pr_creator_dc6b1ea4,scaffold_shell_quality_test_79567d03,scaffold_release_private_npm_template_075499f8,scaffold_github_actions_pr_pipeline_template_e2b85f62,scaffold_github_actions_pr_pipeline_template_test_be464a7b,scaffold_github_actions_pr_pipeline_renderer_1ee18de5,scaffold_github_actions_pr_pipeline_renderer_test_2cc38272,node_agent_mmd_orchestration_layer_orchestration_scaf_c9a90c2f,node_agent_mmd_tool_layer_toollayer_scaffold_environm_c1afc013,node_agent_mmd_memory_vector_layer_memorylayer_scaffo_12b42341,node_agent_mmd_orchestration_layer_orchestration_scaf_78d57a93,node_agent_mmd_tool_layer_toollayer_scaffold_environm_1a8f8168,scaffold_config_templates_4b80ce53,scaffold_codex_environment_templates_334fbbed,scaffold_ci_templates_2afd6392,init_output_360dce91,closure_evidence_aaa31467,observed_skill_usage_ed7d5930,observed_skill_usage_test_311c215a,ralph_runtime_73d63c0e,node_agent_mmd_orchestration_layer_orchestration_he_p_fc778c24,node_agent_mmd_tool_layer_toollayer_he_phase_exit_cor_af016160,node_agent_mmd_orchestration_layer_orchestration_harn_7761fad1,node_agent_mmd_tool_layer_toollayer_harness_closeout__df9d1dab,node_agent_mmd_tool_layer_toollayer_command_registry__cce57abe,node_agent_mmd_memory_vector_layer_memorylayer_comman_362247bb,validator_helpers_7b927667,node_agent_mmd_orchestration_layer_orchestration_vali_d9fe99e6,node_agent_mmd_tool_layer_toollayer_validator_core_va_6ef6131f,node_agent_mmd_memory_vector_layer_memorylayer_valida_41034356,node_agent_mmd_orchestration_layer_orchestration_type_7cf81261,node_agent_mmd_tool_layer_toollayer_types_core_types__6c8319b6,node_agent_mmd_memory_vector_layer_memorylayer_types__83f369fa,node_agent_mmd_orchestration_layer_orchestration_poli_3270b55d,node_agent_mmd_tool_layer_toollayer_policy_validators_af136abf,node_agent_mmd_memory_vector_layer_memorylayer_policy_1944de42,node_agent_mmd_orchestration_layer_orchestration_modu_72373e29,node_agent_mmd_tool_layer_toollayer_module_boundaries_fecf90b5,node_agent_mmd_memory_vector_layer_memorylayer_module_9bfd18b1,node_agent_mmd_tool_layer_toollayer_command_capabilit_e97a4615,node_agent_mmd_memory_vector_layer_memorylayer_comman_c72a5d05,command_capabilities_a4d5c71e toolNode
+   class node_agent_mmd_orchestration_layer_orchestration_coll_37781291,node_agent_mmd_tool_layer_toollayer_collect_observed__f30f627d,verify_work_test_0e12f6c5,node_agent_mmd_orchestration_layer_orchestration_revi_ae9f100c,node_agent_mmd_tool_layer_toollayer_review_gate_test__548e6c28,node_agent_mmd_memory_vector_layer_memorylayer_review_e0e0b257,node_agent_mmd_tool_layer_toollayer_review_gate_core__7704598b,node_agent_mmd_memory_vector_layer_memorylayer_review_5bee9816,remediate_test_6f59cafe,node_agent_mmd_orchestration_layer_orchestration_reme_359fe98f,node_agent_mmd_llm_model_layer_llmlayer_remediate_run_9e3d4585,node_agent_mmd_tool_layer_toollayer_remediate_runner__c003b871,remediate_cli_output_cc165396,pr_closeout_test_1_be1a0df1,policy_gate_213f7313,next_blocked_decisions_4140ad2b,node_agent_mmd_orchestration_layer_orchestration_lear_5a2a5b08,node_agent_mmd_tool_layer_toollayer_learnings_test_le_d61f175f,node_agent_mmd_orchestration_layer_orchestration_init_daf6ae1b,node_agent_mmd_tool_layer_toollayer_init_test_init_te_ae014ee3,node_agent_mmd_memory_vector_layer_memorylayer_init_t_bac0fb9d,doctor_test_e032e8b5,doctor_tool_checks_4acac51a,doctor_github_tool_checks_a53b0382,doctor_checks_5a2eb2b9,node_agent_mmd_orchestration_layer_orchestration_docs_22c7ae60,node_agent_mmd_tool_layer_toollayer_docs_gate_test_do_ca0c4c21,node_agent_mmd_memory_vector_layer_memorylayer_docs_g_2ab7a620,node_agent_mmd_tool_layer_toollayer_ci_migrate_core_c_049f8460,node_agent_mmd_memory_vector_layer_memorylayer_ci_mig_0cd5b1a4,types_2_d9bc6e7a,node_agent_mmd_orchestration_layer_orchestration_orch_af4e7416,node_agent_mmd_tool_layer_toollayer_orchestrator_test_b563c528,node_agent_mmd_orchestration_layer_orchestration_tool_cc43149f,node_agent_mmd_tool_layer_toollayer_tooling_baseline__61e66e9f,node_agent_mmd_memory_vector_layer_memorylayer_toolin_14f86b00,tooling_baseline_test_d272ddb6,normalise_test_73e8a615,normalise_renderer_85f2e563,normalise_he_phase_exit_test_1788efc4,evaluation_engine_core_e054fe49,node_agent_mmd_tool_layer_toollayer_validator_validat_96a84a52,node_agent_mmd_memory_vector_layer_memorylayer_valida_1b167f63,node_agent_mmd_tool_layer_toollayer_metrics_tracker_m_4c9237d8,node_agent_mmd_memory_vector_layer_memorylayer_metric_12562178,node_agent_mmd_tool_layer_toollayer_metrics_tracker_t_8947b778,node_agent_mmd_memory_vector_layer_memorylayer_metric_74129788,scaffold_shell_quality_test_79567d03,scaffold_release_private_npm_template_075499f8,scaffold_github_actions_pr_pipeline_template_e2b85f62,scaffold_github_actions_pr_pipeline_template_test_be464a7b,scaffold_github_actions_pr_pipeline_renderer_1ee18de5,scaffold_github_actions_pr_pipeline_renderer_test_2cc38272,node_agent_mmd_orchestration_layer_orchestration_scaf_c9a90c2f,node_agent_mmd_tool_layer_toollayer_scaffold_environm_c1afc013,node_agent_mmd_memory_vector_layer_memorylayer_scaffo_12b42341,node_agent_mmd_orchestration_layer_orchestration_scaf_78d57a93,node_agent_mmd_tool_layer_toollayer_scaffold_environm_1a8f8168,scaffold_config_templates_4b80ce53,scaffold_codex_environment_templates_334fbbed,scaffold_ci_templates_2afd6392,init_output_360dce91,pr_creator_dc6b1ea4,client_1_914e1681,closure_evidence_aaa31467,observed_skill_usage_ed7d5930,observed_skill_usage_test_311c215a,ralph_runtime_73d63c0e,node_agent_mmd_orchestration_layer_orchestration_he_p_fc778c24,node_agent_mmd_tool_layer_toollayer_he_phase_exit_cor_af016160,node_agent_mmd_orchestration_layer_orchestration_harn_7761fad1,node_agent_mmd_tool_layer_toollayer_harness_closeout__df9d1dab,validator_helpers_7b927667,node_agent_mmd_orchestration_layer_orchestration_vali_d9fe99e6,node_agent_mmd_tool_layer_toollayer_validator_core_va_6ef6131f,node_agent_mmd_memory_vector_layer_memorylayer_valida_41034356,node_agent_mmd_orchestration_layer_orchestration_type_7cf81261,node_agent_mmd_tool_layer_toollayer_types_core_types__6c8319b6,node_agent_mmd_memory_vector_layer_memorylayer_types__83f369fa,node_agent_mmd_orchestration_layer_orchestration_poli_3270b55d,node_agent_mmd_tool_layer_toollayer_policy_validators_af136abf,node_agent_mmd_memory_vector_layer_memorylayer_policy_1944de42,node_agent_mmd_tool_layer_toollayer_command_registry__cce57abe,node_agent_mmd_memory_vector_layer_memorylayer_comman_362247bb,node_agent_mmd_orchestration_layer_orchestration_modu_72373e29,node_agent_mmd_tool_layer_toollayer_module_boundaries_fecf90b5,node_agent_mmd_memory_vector_layer_memorylayer_module_9bfd18b1,node_agent_mmd_tool_layer_toollayer_command_capabilit_e97a4615,node_agent_mmd_memory_vector_layer_memorylayer_comman_c72a5d05,command_capabilities_a4d5c71e toolNode
  classDef memNode fill:#555,color:#fff
-   class node_agent_mmd_llm_model_layer_llmlayer_cli_dispatch__7ecbc6e7,node_agent_mmd_memory_vector_layer_memorylayer_cli_di_c121353b,run_local_memory_preflight_36e92808,run_local_memory_preflight_test_1d7c5aa0,pr_template_validator_test_569b1cef,memory_gate_a577a506,node_agent_mmd_orchestration_layer_orchestration_tool_5f9f8adf,node_agent_mmd_memory_vector_layer_memorylayer_toolin_48be0fc9,node_agent_mmd_orchestration_layer_orchestration_tool_acfe0c01,node_agent_mmd_memory_vector_layer_memorylayer_toolin_a1185b8f,node_agent_mmd_llm_model_layer_llmlayer_search_search_66b9a911,node_agent_mmd_memory_vector_layer_memorylayer_search_ac35cb7e,node_agent_mmd_llm_model_layer_llmlayer_search_test_s_72d50705,node_agent_mmd_memory_vector_layer_memorylayer_search_ebbe6c53,node_agent_mmd_orchestration_layer_orchestration_revi_ae9f100c,node_agent_mmd_tool_layer_toollayer_review_gate_test__548e6c28,node_agent_mmd_memory_vector_layer_memorylayer_review_e0e0b257,node_agent_mmd_tool_layer_toollayer_review_gate_core__7704598b,node_agent_mmd_memory_vector_layer_memorylayer_review_5bee9816,review_context_ca6cf81d,node_agent_mmd_orchestration_layer_orchestration_revi_84f25e5b,node_agent_mmd_memory_vector_layer_memorylayer_review_3255d3cf,node_agent_mmd_orchestration_layer_orchestration_refr_10a87984,node_agent_mmd_memory_vector_layer_memorylayer_refres_b1a0f415,pattern_scope_siblings_43abe000,memory_gate_1_265164ac,local_memory_preflight_dcc36c42,local_memory_preflight_test_5e323bbf,node_agent_mmd_orchestration_layer_orchestration_init_daf6ae1b,node_agent_mmd_tool_layer_toollayer_init_test_init_te_ae014ee3,node_agent_mmd_memory_vector_layer_memorylayer_init_t_bac0fb9d,node_agent_mmd_llm_model_layer_llmlayer_index_context_1041bd11,node_agent_mmd_memory_vector_layer_memorylayer_index__6f3402d0,node_agent_mmd_llm_model_layer_llmlayer_index_context_7e927b45,node_agent_mmd_memory_vector_layer_memorylayer_index__46fc46d7,node_agent_mmd_orchestration_layer_orchestration_docs_22c7ae60,node_agent_mmd_tool_layer_toollayer_docs_gate_test_do_ca0c4c21,node_agent_mmd_memory_vector_layer_memorylayer_docs_g_2ab7a620,docs_gate_core_eb9b6c18,node_agent_mmd_llm_model_layer_llmlayer_context_conte_ad2dfbd9,node_agent_mmd_memory_vector_layer_memorylayer_contex_78ceaaa9,node_agent_mmd_llm_model_layer_llmlayer_context_test__32277db3,node_agent_mmd_memory_vector_layer_memorylayer_contex_4e7cab00,context_integrity_acceptance_test_59f961b1,context_health_80bb7da9,context_health_test_3b5b87f3,node_agent_mmd_orchestration_layer_orchestration_ci_m_a6704d8b,node_agent_mmd_memory_vector_layer_memorylayer_ci_mig_df76706f,node_agent_mmd_tool_layer_toollayer_ci_migrate_core_c_049f8460,node_agent_mmd_memory_vector_layer_memorylayer_ci_mig_0cd5b1a4,check_diagram_freshness_test_c1dc40aa,branch_protect_core_a8feb0fd,node_agent_mmd_orchestration_layer_orchestration_brai_9c019b6e,node_agent_mmd_memory_vector_layer_memorylayer_brain__80b5ea48,node_agent_mmd_orchestration_layer_orchestration_agen_eb715f44,node_agent_mmd_memory_vector_layer_memorylayer_agent__6f084ab8,overload_guard_2748c559,overload_guard_test_6ece9f86,types_5_f869ec4b,performance_overload_c685bfcf,local_memory_0db17ecc,local_memory_smoke_1175abfc,types_9_1db4641f,claim_helpers_20dc8387,node_agent_mmd_orchestration_layer_orchestration_sugg_85c5ebe3,node_agent_mmd_memory_vector_layer_memorylayer_sugges_267f408d,node_agent_mmd_orchestration_layer_orchestration_sugg_d0ad9d8e,node_agent_mmd_memory_vector_layer_memorylayer_sugges_b043d150,node_agent_mmd_orchestration_layer_orchestration_tool_cc43149f,node_agent_mmd_tool_layer_toollayer_tooling_baseline__61e66e9f,node_agent_mmd_memory_vector_layer_memorylayer_toolin_14f86b00,node_agent_mmd_orchestration_layer_orchestration_clas_899b821a,node_agent_mmd_memory_vector_layer_memorylayer_classi_1ebbf5ff,node_agent_mmd_orchestration_layer_orchestration_clas_402e0b3f,node_agent_mmd_memory_vector_layer_memorylayer_classi_58e617e7,node_agent_mmd_tool_layer_toollayer_validator_validat_96a84a52,node_agent_mmd_memory_vector_layer_memorylayer_valida_1b167f63,validator_test_1_c5015ca0,types_13_d025517b,node_agent_mmd_tool_layer_toollayer_metrics_tracker_m_4c9237d8,node_agent_mmd_memory_vector_layer_memorylayer_metric_12562178,node_agent_mmd_tool_layer_toollayer_metrics_tracker_t_8947b778,node_agent_mmd_memory_vector_layer_memorylayer_metric_74129788,branch_enforcer_acb749cd,review_context_1_e3afed15,index_2_10143590,eval_seed_5699fd3e,workflow_contract_scripts_test_681e2e3c,scaffold_workflow_template_92310587,node_agent_mmd_orchestration_layer_orchestration_scaf_ff8f92f6,node_agent_mmd_memory_vector_layer_memorylayer_scaffo_a86eece1,scaffold_surfaces_12d6494e,scaffold_shell_templates_0ad0f915,scaffold_script_template_registry_69312d4e,scaffold_script_template_registry_test_6a8ebefe,scaffold_root_command_templates_404fed7f,scaffold_root_command_templates_test_14596939,node_agent_mmd_orchestration_layer_orchestration_scaf_c9a90c2f,node_agent_mmd_tool_layer_toollayer_scaffold_environm_c1afc013,node_agent_mmd_memory_vector_layer_memorylayer_scaffo_12b42341,node_agent_mmd_orchestration_layer_orchestration_scaf_12cc07db,node_agent_mmd_memory_vector_layer_memorylayer_scaffo_5fd73b94,scaffold_diagram_templates_dd88e83c,scaffold_diagram_templates_test_f3774c28,node_agent_mmd_orchestration_layer_orchestration_proj_6ab6f60f,node_agent_mmd_memory_vector_layer_memorylayer_projec_3ae304d9,node_agent_mmd_orchestration_layer_orchestration_proj_d78b2f4f,node_agent_mmd_memory_vector_layer_memorylayer_projec_6048335b,node_agent_mmd_orchestration_layer_orchestration_init_2a9c3ecb,node_agent_mmd_memory_vector_layer_memorylayer_init_m_333d02c5,codex_preflight_symlink_test_037558db,harness_decision_test_7e5a4fe5,node_agent_mmd_tool_layer_toollayer_command_registry__cce57abe,node_agent_mmd_memory_vector_layer_memorylayer_comman_362247bb,types_19_eb4ad5f0,node_agent_mmd_llm_model_layer_llmlayer_sync_contract_9f3cc8c1,node_agent_mmd_memory_vector_layer_memorylayer_sync_c_e43418bc,sync_contract_test_5dc3165c,store_824d80d7,sources_1_e133d97d,rollout_a4fa034c,node_agent_mmd_llm_model_layer_llmlayer_ollama_ollama_968b23fa,node_agent_mmd_memory_vector_layer_memorylayer_ollama_6d51be16,node_agent_mmd_llm_model_layer_llmlayer_ollama_test_o_d62a0b5a,node_agent_mmd_memory_vector_layer_memorylayer_ollama_d800c0c4,lexical_fallback_723e2b3e,init_error_5c7dd49f,node_agent_mmd_llm_model_layer_llmlayer_indexer_index_4f4deef5,node_agent_mmd_memory_vector_layer_memorylayer_indexe_93e6d86f,indexer_test_d492f0aa,node_agent_mmd_llm_model_layer_llmlayer_index_index_1_02e160ff,node_agent_mmd_memory_vector_layer_memorylayer_index__752bc61e,context_compact_policy_3dcaf95d,context_compact_policy_test_da148267,node_agent_mmd_llm_model_layer_llmlayer_constants_con_c9bd3f6c,node_agent_mmd_memory_vector_layer_memorylayer_consta_702d3f46,constants_test_5492ae98,node_agent_mmd_orchestration_layer_orchestration_vali_a3b17e45,node_agent_mmd_memory_vector_layer_memorylayer_valida_caacfcdf,node_agent_mmd_orchestration_layer_orchestration_vali_d9fe99e6,node_agent_mmd_tool_layer_toollayer_validator_core_va_6ef6131f,node_agent_mmd_memory_vector_layer_memorylayer_valida_41034356,node_agent_mmd_orchestration_layer_orchestration_type_7cf81261,node_agent_mmd_tool_layer_toollayer_types_core_types__6c8319b6,node_agent_mmd_memory_vector_layer_memorylayer_types__83f369fa,node_agent_mmd_orchestration_layer_orchestration_poli_3270b55d,node_agent_mmd_tool_layer_toollayer_policy_validators_af136abf,node_agent_mmd_memory_vector_layer_memorylayer_policy_1944de42,loader_test_03424671,json_schema_core_96d7e328,index_6_fc9e91e2,harness_run_context_ac7c77a9,harness_run_context_test_c6937fed,branch_protect_sync_570adb18,node_agent_mmd_orchestration_layer_orchestration_modu_72373e29,node_agent_mmd_tool_layer_toollayer_module_boundaries_fecf90b5,node_agent_mmd_memory_vector_layer_memorylayer_module_9bfd18b1,review_gate_command_spec_3187376a,memory_gate_command_spec_dc9001a9,local_memory_preflight_command_spec_9e23f3ce,node_agent_mmd_orchestration_layer_orchestration_comm_a137ef0a,node_agent_mmd_memory_vector_layer_memorylayer_comman_d36d1650,node_agent_mmd_orchestration_layer_orchestration_comm_1f8cc24c,node_agent_mmd_llm_model_layer_llmlayer_command_specs_782af9fa,node_agent_mmd_memory_vector_layer_memorylayer_comman_111eb454,node_agent_mmd_tool_layer_toollayer_command_capabilit_e97a4615,node_agent_mmd_memory_vector_layer_memorylayer_comman_c72a5d05 memNode
+   class node_agent_mmd_llm_model_layer_llmlayer_cli_dispatch__7ecbc6e7,node_agent_mmd_memory_vector_layer_memorylayer_cli_di_c121353b,run_local_memory_preflight_36e92808,run_local_memory_preflight_test_1d7c5aa0,pr_template_validator_test_569b1cef,memory_gate_a577a506,node_agent_mmd_orchestration_layer_orchestration_tool_5f9f8adf,node_agent_mmd_memory_vector_layer_memorylayer_toolin_48be0fc9,node_agent_mmd_orchestration_layer_orchestration_tool_acfe0c01,node_agent_mmd_memory_vector_layer_memorylayer_toolin_a1185b8f,node_agent_mmd_llm_model_layer_llmlayer_search_search_66b9a911,node_agent_mmd_memory_vector_layer_memorylayer_search_ac35cb7e,node_agent_mmd_llm_model_layer_llmlayer_search_test_s_72d50705,node_agent_mmd_memory_vector_layer_memorylayer_search_ebbe6c53,node_agent_mmd_orchestration_layer_orchestration_revi_ae9f100c,node_agent_mmd_tool_layer_toollayer_review_gate_test__548e6c28,node_agent_mmd_memory_vector_layer_memorylayer_review_e0e0b257,node_agent_mmd_tool_layer_toollayer_review_gate_core__7704598b,node_agent_mmd_memory_vector_layer_memorylayer_review_5bee9816,review_context_ca6cf81d,node_agent_mmd_orchestration_layer_orchestration_revi_84f25e5b,node_agent_mmd_memory_vector_layer_memorylayer_review_3255d3cf,node_agent_mmd_orchestration_layer_orchestration_refr_10a87984,node_agent_mmd_memory_vector_layer_memorylayer_refres_b1a0f415,pattern_scope_siblings_43abe000,memory_gate_1_265164ac,local_memory_preflight_dcc36c42,local_memory_preflight_test_5e323bbf,node_agent_mmd_orchestration_layer_orchestration_init_daf6ae1b,node_agent_mmd_tool_layer_toollayer_init_test_init_te_ae014ee3,node_agent_mmd_memory_vector_layer_memorylayer_init_t_bac0fb9d,node_agent_mmd_llm_model_layer_llmlayer_index_context_1041bd11,node_agent_mmd_memory_vector_layer_memorylayer_index__6f3402d0,node_agent_mmd_llm_model_layer_llmlayer_index_context_7e927b45,node_agent_mmd_memory_vector_layer_memorylayer_index__46fc46d7,node_agent_mmd_orchestration_layer_orchestration_docs_22c7ae60,node_agent_mmd_tool_layer_toollayer_docs_gate_test_do_ca0c4c21,node_agent_mmd_memory_vector_layer_memorylayer_docs_g_2ab7a620,docs_gate_core_eb9b6c18,node_agent_mmd_llm_model_layer_llmlayer_context_conte_ad2dfbd9,node_agent_mmd_memory_vector_layer_memorylayer_contex_78ceaaa9,node_agent_mmd_llm_model_layer_llmlayer_context_test__32277db3,node_agent_mmd_memory_vector_layer_memorylayer_contex_4e7cab00,context_integrity_acceptance_test_59f961b1,context_health_80bb7da9,context_health_test_3b5b87f3,node_agent_mmd_orchestration_layer_orchestration_ci_m_a6704d8b,node_agent_mmd_memory_vector_layer_memorylayer_ci_mig_df76706f,node_agent_mmd_tool_layer_toollayer_ci_migrate_core_c_049f8460,node_agent_mmd_memory_vector_layer_memorylayer_ci_mig_0cd5b1a4,check_diagram_freshness_test_c1dc40aa,branch_protect_core_a8feb0fd,node_agent_mmd_orchestration_layer_orchestration_brai_9c019b6e,node_agent_mmd_memory_vector_layer_memorylayer_brain__80b5ea48,node_agent_mmd_orchestration_layer_orchestration_agen_eb715f44,node_agent_mmd_memory_vector_layer_memorylayer_agent__6f084ab8,overload_guard_2748c559,overload_guard_test_6ece9f86,types_4_822d0f88,performance_overload_c685bfcf,local_memory_0db17ecc,local_memory_smoke_1175abfc,types_9_1db4641f,claim_helpers_20dc8387,node_agent_mmd_orchestration_layer_orchestration_sugg_85c5ebe3,node_agent_mmd_memory_vector_layer_memorylayer_sugges_267f408d,node_agent_mmd_orchestration_layer_orchestration_sugg_d0ad9d8e,node_agent_mmd_memory_vector_layer_memorylayer_sugges_b043d150,node_agent_mmd_orchestration_layer_orchestration_tool_cc43149f,node_agent_mmd_tool_layer_toollayer_tooling_baseline__61e66e9f,node_agent_mmd_memory_vector_layer_memorylayer_toolin_14f86b00,node_agent_mmd_tool_layer_toollayer_validator_validat_96a84a52,node_agent_mmd_memory_vector_layer_memorylayer_valida_1b167f63,validator_test_1_c5015ca0,types_13_d025517b,node_agent_mmd_tool_layer_toollayer_metrics_tracker_m_4c9237d8,node_agent_mmd_memory_vector_layer_memorylayer_metric_12562178,node_agent_mmd_tool_layer_toollayer_metrics_tracker_t_8947b778,node_agent_mmd_memory_vector_layer_memorylayer_metric_74129788,branch_enforcer_acb749cd,node_agent_mmd_orchestration_layer_orchestration_clas_899b821a,node_agent_mmd_memory_vector_layer_memorylayer_classi_1ebbf5ff,node_agent_mmd_orchestration_layer_orchestration_clas_402e0b3f,node_agent_mmd_memory_vector_layer_memorylayer_classi_58e617e7,review_context_1_e3afed15,index_2_10143590,eval_seed_5699fd3e,workflow_contract_scripts_test_681e2e3c,scaffold_workflow_template_92310587,node_agent_mmd_orchestration_layer_orchestration_scaf_ff8f92f6,node_agent_mmd_memory_vector_layer_memorylayer_scaffo_a86eece1,scaffold_surfaces_12d6494e,scaffold_shell_templates_0ad0f915,scaffold_script_template_registry_69312d4e,scaffold_script_template_registry_test_6a8ebefe,scaffold_root_command_templates_404fed7f,scaffold_root_command_templates_test_14596939,node_agent_mmd_orchestration_layer_orchestration_scaf_c9a90c2f,node_agent_mmd_tool_layer_toollayer_scaffold_environm_c1afc013,node_agent_mmd_memory_vector_layer_memorylayer_scaffo_12b42341,node_agent_mmd_orchestration_layer_orchestration_scaf_12cc07db,node_agent_mmd_memory_vector_layer_memorylayer_scaffo_5fd73b94,scaffold_diagram_templates_dd88e83c,scaffold_diagram_templates_test_f3774c28,node_agent_mmd_orchestration_layer_orchestration_proj_6ab6f60f,node_agent_mmd_memory_vector_layer_memorylayer_projec_3ae304d9,node_agent_mmd_orchestration_layer_orchestration_proj_d78b2f4f,node_agent_mmd_memory_vector_layer_memorylayer_projec_6048335b,node_agent_mmd_orchestration_layer_orchestration_init_2a9c3ecb,node_agent_mmd_memory_vector_layer_memorylayer_init_m_333d02c5,codex_preflight_symlink_test_037558db,harness_decision_test_7e5a4fe5,node_agent_mmd_orchestration_layer_orchestration_vali_a3b17e45,node_agent_mmd_memory_vector_layer_memorylayer_valida_caacfcdf,node_agent_mmd_orchestration_layer_orchestration_vali_d9fe99e6,node_agent_mmd_tool_layer_toollayer_validator_core_va_6ef6131f,node_agent_mmd_memory_vector_layer_memorylayer_valida_41034356,node_agent_mmd_orchestration_layer_orchestration_type_7cf81261,node_agent_mmd_tool_layer_toollayer_types_core_types__6c8319b6,node_agent_mmd_memory_vector_layer_memorylayer_types__83f369fa,node_agent_mmd_orchestration_layer_orchestration_poli_3270b55d,node_agent_mmd_tool_layer_toollayer_policy_validators_af136abf,node_agent_mmd_memory_vector_layer_memorylayer_policy_1944de42,loader_test_03424671,json_schema_core_96d7e328,index_5_522f772a,harness_run_context_ac7c77a9,harness_run_context_test_c6937fed,types_20_071a0112,node_agent_mmd_llm_model_layer_llmlayer_sync_contract_9f3cc8c1,node_agent_mmd_memory_vector_layer_memorylayer_sync_c_e43418bc,sync_contract_test_5dc3165c,store_824d80d7,sources_1_e133d97d,rollout_a4fa034c,node_agent_mmd_llm_model_layer_llmlayer_ollama_ollama_968b23fa,node_agent_mmd_memory_vector_layer_memorylayer_ollama_6d51be16,node_agent_mmd_llm_model_layer_llmlayer_ollama_test_o_d62a0b5a,node_agent_mmd_memory_vector_layer_memorylayer_ollama_d800c0c4,lexical_fallback_723e2b3e,init_error_5c7dd49f,node_agent_mmd_llm_model_layer_llmlayer_indexer_index_4f4deef5,node_agent_mmd_memory_vector_layer_memorylayer_indexe_93e6d86f,indexer_test_d492f0aa,node_agent_mmd_llm_model_layer_llmlayer_index_index_1_02e160ff,node_agent_mmd_memory_vector_layer_memorylayer_index__752bc61e,context_compact_policy_3dcaf95d,context_compact_policy_test_da148267,node_agent_mmd_llm_model_layer_llmlayer_constants_con_c9bd3f6c,node_agent_mmd_memory_vector_layer_memorylayer_consta_702d3f46,constants_test_5492ae98,branch_protect_sync_570adb18,node_agent_mmd_tool_layer_toollayer_command_registry__cce57abe,node_agent_mmd_memory_vector_layer_memorylayer_comman_362247bb,node_agent_mmd_orchestration_layer_orchestration_modu_72373e29,node_agent_mmd_tool_layer_toollayer_module_boundaries_fecf90b5,node_agent_mmd_memory_vector_layer_memorylayer_module_9bfd18b1,review_gate_command_spec_3187376a,memory_gate_command_spec_dc9001a9,local_memory_preflight_command_spec_9e23f3ce,node_agent_mmd_orchestration_layer_orchestration_comm_a137ef0a,node_agent_mmd_memory_vector_layer_memorylayer_comman_d36d1650,node_agent_mmd_orchestration_layer_orchestration_comm_1f8cc24c,node_agent_mmd_llm_model_layer_llmlayer_command_specs_782af9fa,node_agent_mmd_memory_vector_layer_memorylayer_comman_111eb454,node_agent_mmd_tool_layer_toollayer_command_capabilit_e97a4615,node_agent_mmd_memory_vector_layer_memorylayer_comman_c72a5d05 memNode
